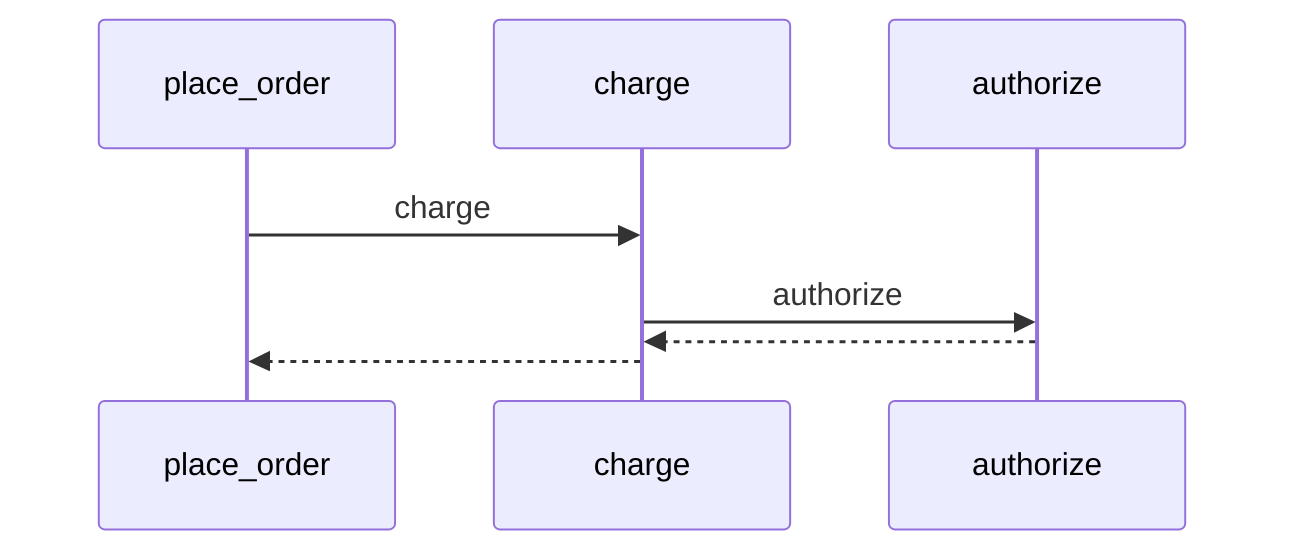
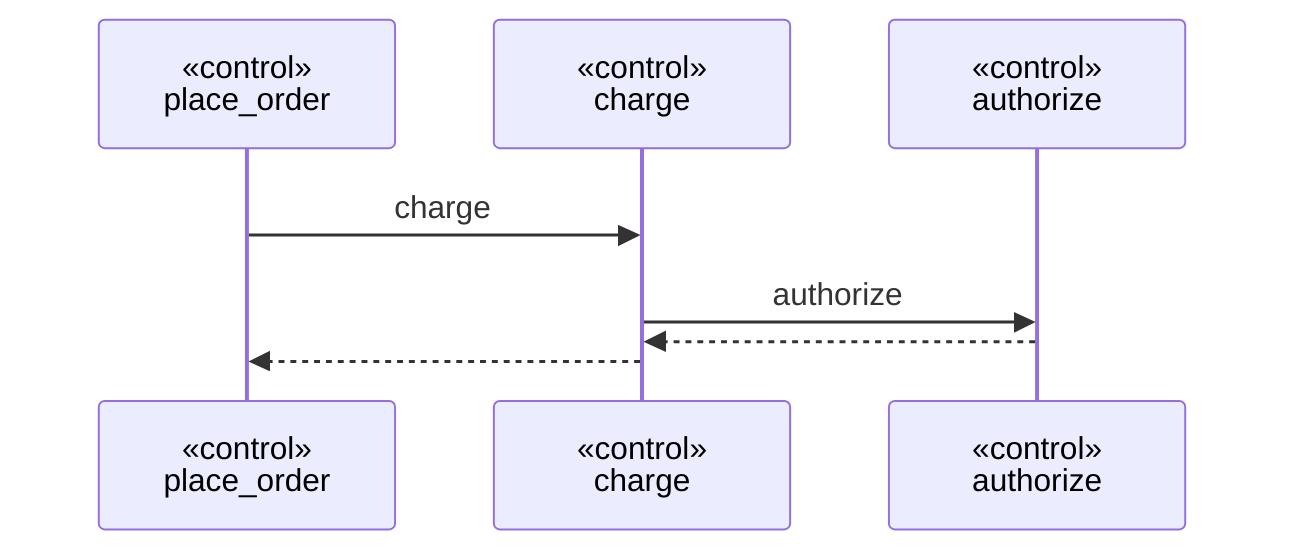
sequenceDiagram
-     participant func_place_order as place_order
-     participant func_charge as charge
-     participant func_authorize as authorize
+     participant func_place_order as «control»<br/>place_order
+     participant func_charge as «control»<br/>charge
+     participant func_authorize as «control»<br/>authorize
    func_place_order->>func_charge: charge
    func_charge->>func_authorize: authorize
    func_authorize-->>func_charge:
    func_charge-->>func_place_order:
